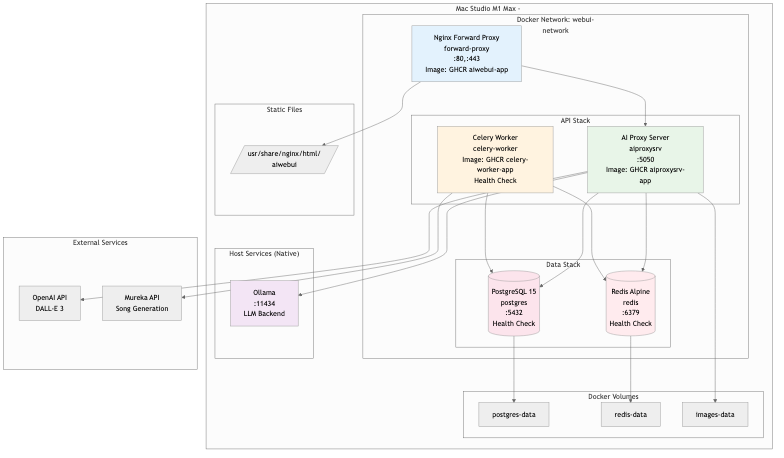
rwellinger/aiproxy keeps this Mermaid diagram as docs/arch42/images/9.2_produktions_deployment.png. Above is the earlier version. Its source is kept beside it as docs/arch42/9.2_produktions_deployment.mmd.
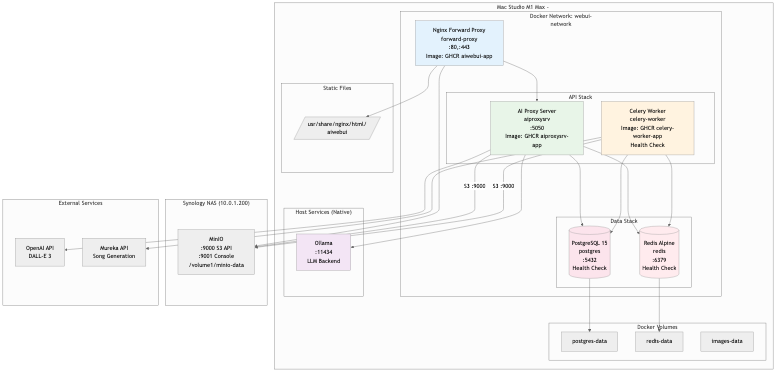
After the commit.

The edit, as a diff of the source:
```diff
@@ -29,6 +29,10 @@
         end
     end
 
+    subgraph "Synology NAS (10.0.1.200)"
+        MINIO_NAS[MinIO<br/>:9000 S3 API<br/>:9001 Console<br/>/volume1/minio-data]
+    end
+
     subgraph "External Services"
         OPENAI_EXT[OpenAI API<br/>DALL-E 3]
         MUREKA_EXT[Mureka API<br/>Song Generation]
@@ -36,19 +40,21 @@
 
     NGINX --> API_CONTAINER
     NGINX --> STATIC
+    NGINX --> MINIO_NAS
 
     API_CONTAINER --> PROD_PG
     API_CONTAINER --> PROD_REDIS
     API_CONTAINER --> OPENAI_EXT
     API_CONTAINER --> OLLAMA_HOST
+    API_CONTAINER -->|S3 :9000| MINIO_NAS
 
     WORKER_CONTAINER --> PROD_REDIS
     WORKER_CONTAINER --> PROD_PG
     WORKER_CONTAINER --> MUREKA_EXT
+    WORKER_CONTAINER -->|S3 :9000| MINIO_NAS
 
     PROD_PG --> PG_VOL
     PROD_REDIS --> REDIS_VOL
-    API_CONTAINER --> IMG_VOL
 
     style NGINX fill:#e3f2fd
     style API_CONTAINER fill:#e8f5e8
```
